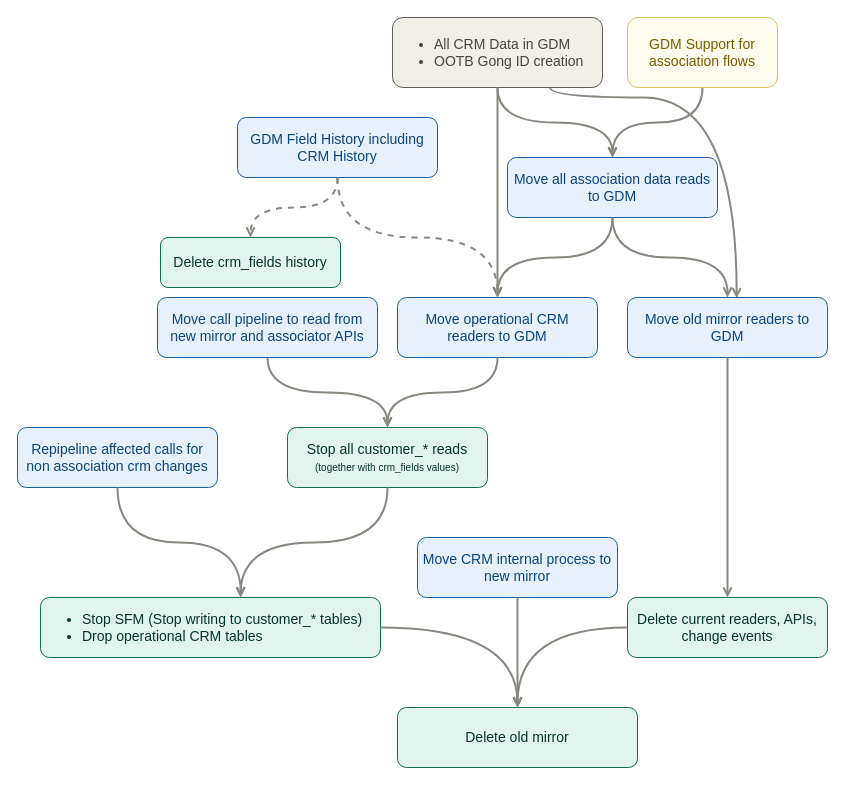
The draw.io diagram page "Old Mirror Plan Dependency" (11 of 12) of CRM.drawio in Gyuvalevy/internal-files, before the edit. Source tidied: cells renumbered, new cells numbered last; positions are measured from the earlier drawing's top-left corner, leaving out a move shared by most shapes. Both pictures are drawn from the tidied source at 100%, with x=0, y=0 at pixel (17, 17).
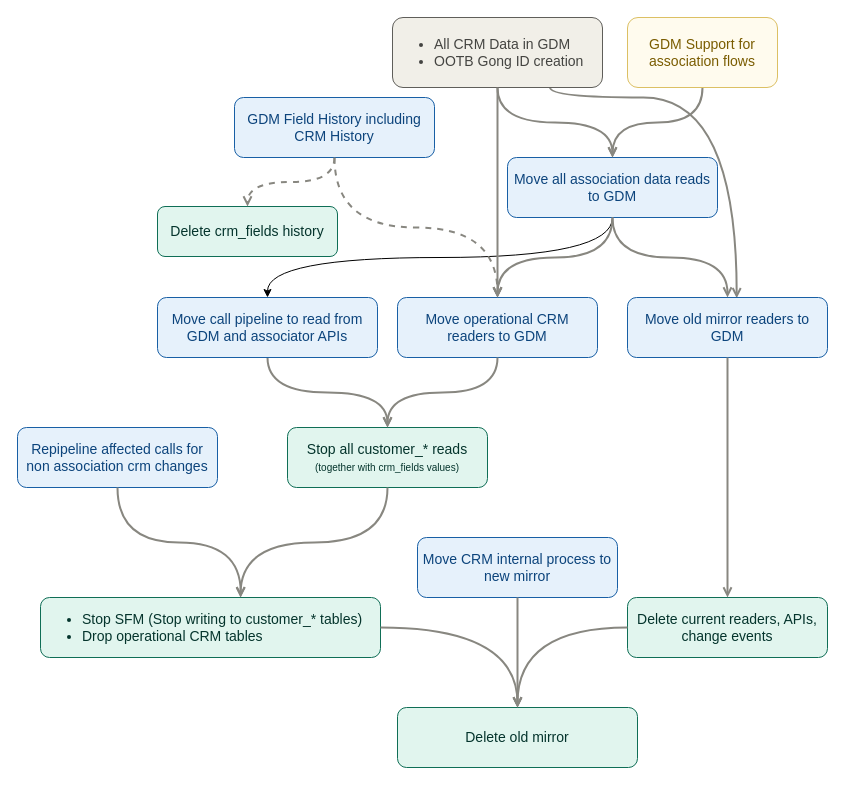
The same page after the edit.

The change refers to these unchanged cells:
```xml
<mxCell id="2" value="Move all association data reads to GDM" style="rounded=1;whiteSpace=wrap;html=1;fillColor=#e6f1fb;strokeColor=#185fa5;fontColor=#0c447c;fontSize=14;" parent="1" vertex="1">
  <mxGeometry x="490" y="140" width="210" height="60" as="geometry" />
</mxCell>
```

The edit, as a diff of the source:
```diff
@@
+    <mxCell id="32" style="edgeStyle=orthogonalEdgeStyle;rounded=0;jettySize=auto;html=1;defaultLabelBackgroundColor=page;labelPadding=0 4;curveGeometry=1;curved=1;" parent="1" edge="1" source="2" target="25">
+      <mxGeometry relative="1" as="geometry">
+        <Array as="points">
+          <mxPoint x="595" y="240" />
+          <mxPoint x="250" y="240" />
+        </Array>
+      </mxGeometry>
+    </mxCell>
@@
-    <mxCell id="25" value="Move call pipeline to read from new mirror and associator APIs" style="rounded=1;whiteSpace=wrap;html=1;fillColor=#e6f1fb;strokeColor=#185fa5;fontColor=#0c447c;fontSize=14;" parent="1" vertex="1">
+    <mxCell id="25" value="Move call pipeline to read from GDM and associator APIs" style="rounded=1;whiteSpace=wrap;html=1;fillColor=#e6f1fb;strokeColor=#185fa5;fontColor=#0c447c;fontSize=14;" parent="1" vertex="1">
       <mxGeometry x="140" y="280" width="220" height="60" as="geometry" />
     </mxCell>
@@
     <mxCell id="27" value="&lt;div&gt;GDM Field History including&lt;/div&gt;CRM History" style="rounded=1;whiteSpace=wrap;html=1;fillColor=#e6f1fb;strokeColor=#185fa5;fontColor=#0c447c;fontSize=14;" parent="1" vertex="1">
-      <mxGeometry x="220" y="100" width="200" height="60" as="geometry" />
+      <mxGeometry x="217" y="80" width="200" height="60" as="geometry" />
     </mxCell>
     <mxCell id="28" value="Delete crm_fields history" style="rounded=1;whiteSpace=wrap;html=1;fillColor=#e1f5ee;strokeColor=#0f6e56;fontColor=#04342c;fontSize=14;" parent="1" vertex="1">
-      <mxGeometry x="143" y="220" width="180" height="50" as="geometry" />
+      <mxGeometry x="140" y="189" width="180" height="50" as="geometry" />
     </mxCell>
```
